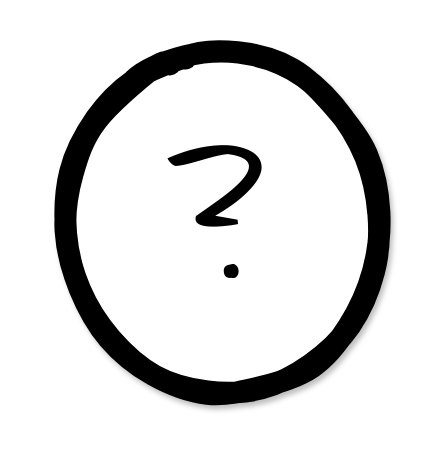
Before: page "README" (1 of 6) of src/init.drawio in pegandoasmanhas/init, a draw.io diagram. Source tidied: cells renumbered, new cells numbered last; positions are measured from the earlier drawing's top-left corner, leaving out a move shared by most shapes. Both pictures are drawn from the tidied source at 137%, with x=0, y=0 at pixel (58, 58).
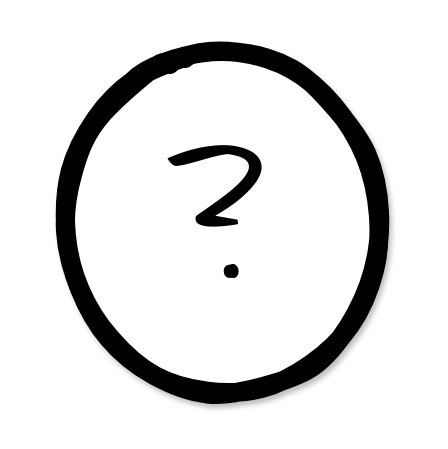
After the change.

What changed in the source:
```diff
@@
 <mxGraphModel>
   <root>
     <mxCell id="0" />
     <mxCell id="1" parent="0" />
-    <mxCell id="2" value="&lt;font style=&quot;font-size: 142px&quot;&gt;?&lt;/font&gt;" style="ellipse;whiteSpace=wrap;html=1;sketch=1;fontFamily=Comic Sans MS;fontSize=122;strokeWidth=16;fillStyle=auto;shadow=1;rotation=354;" parent="1" vertex="1">
+    <mxCell id="2" value="&lt;font style=&quot;font-size: 142px&quot;&gt;?&lt;/font&gt;" style="ellipse;whiteSpace=wrap;html=1;sketch=1;fontFamily=Comic Sans MS;fontSize=122;strokeWidth=14;fillStyle=auto;shadow=1;rotation=354;" parent="1" vertex="1">
       <mxGeometry width="240" height="240" as="geometry" />
     </mxCell>
   </root>
 </mxGraphModel>
```
